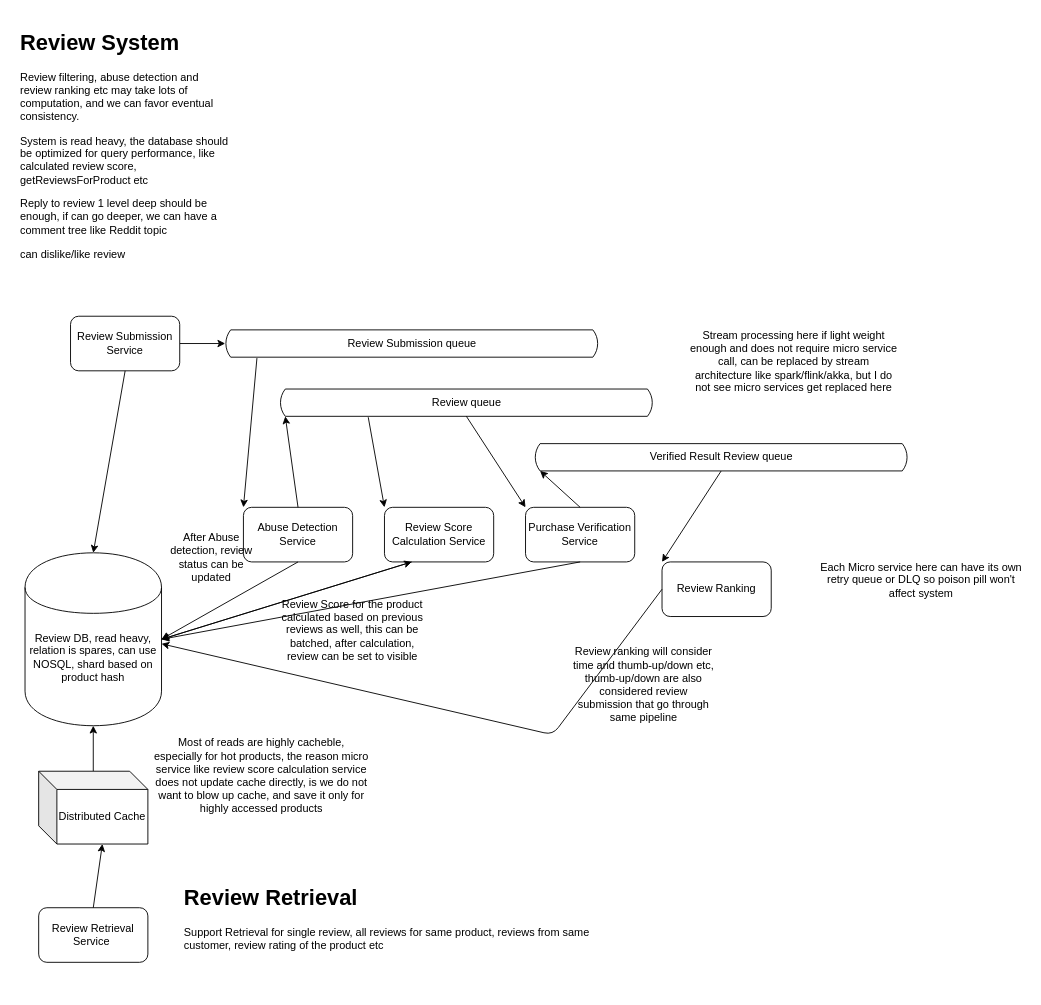
zyy890316/CS-Notes keeps this draw.io diagram as System Design Diagrams/Review System Diagram.drawio. Above is the earlier version. Source tidied: cells renumbered, new cells numbered last; positions are measured from the earlier drawing's top-left corner, leaving out a move shared by most shapes. Both pictures are drawn from the tidied source at 91%, with x=0, y=0 at pixel (15, 25).
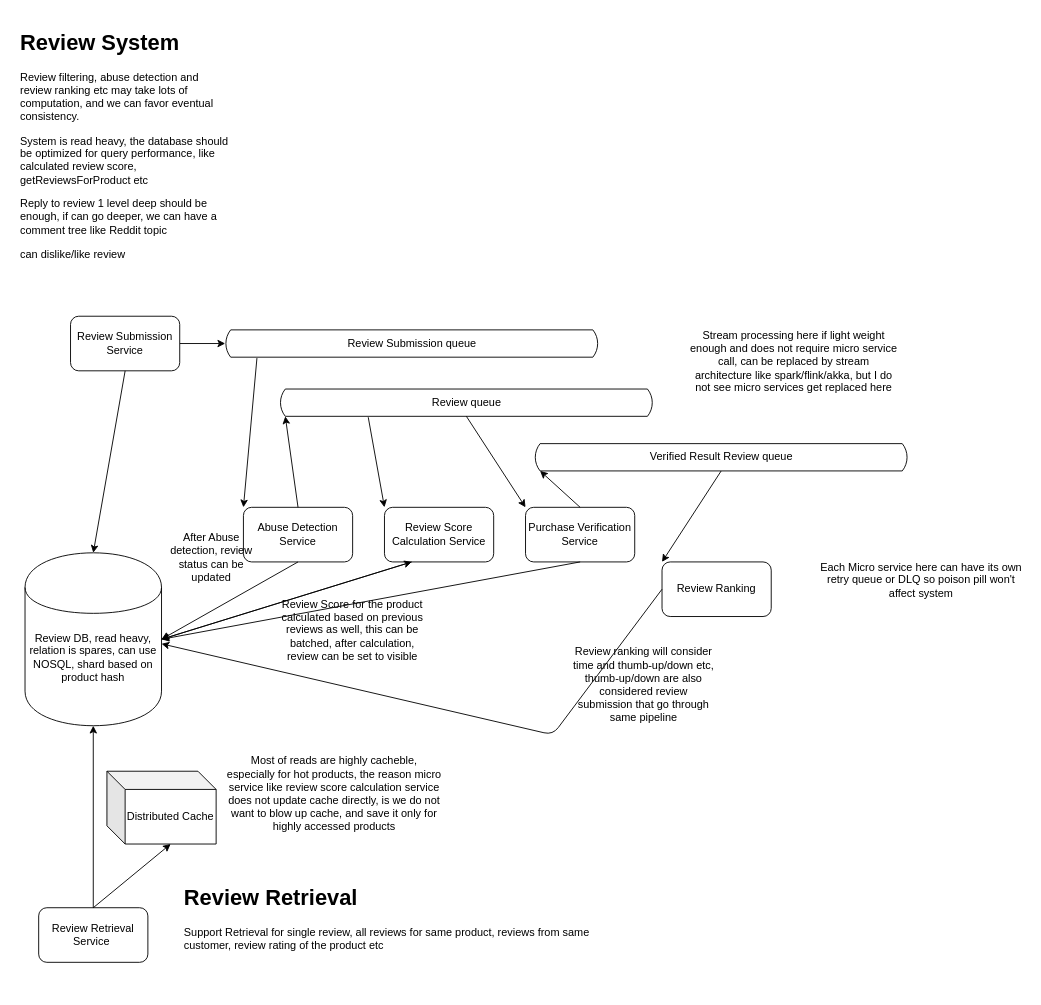
After the change.

Commit message (it also covers changes not shown here):
calender 1/2/3, system design

Unchanged cells that the change refers to:
```xml
<mxCell id="6" value="Review DB, read heavy, relation is spares, can use NOSQL, shard based on product hash" style="shape=cylinder;whiteSpace=wrap;html=1;boundedLbl=1;backgroundOutline=1;" parent="1" vertex="1">
  <mxGeometry x="10" y="580" width="150" height="190" as="geometry" />
</mxCell>
<mxCell id="31" value="Review Retrieval Service&amp;nbsp;" style="rounded=1;whiteSpace=wrap;html=1;" parent="1" vertex="1">
  <mxGeometry x="25" y="970" width="120" height="60" as="geometry" />
</mxCell>
```

What changed in the source:
```diff
@@
-    <mxCell id="32" style="edgeStyle=orthogonalEdgeStyle;rounded=0;jettySize=auto;html=1;" parent="1" edge="1" source="33" target="6">
+    <mxCell id="32" style="edgeStyle=orthogonalEdgeStyle;rounded=0;jettySize=auto;html=1;exitX=0.5;exitY=0;exitDx=0;exitDy=0;" parent="1" edge="1" source="31" target="6">
       <mxGeometry relative="1" as="geometry" />
     </mxCell>
     <mxCell id="33" value="Distributed Cache" style="shape=cube;whiteSpace=wrap;html=1;boundedLbl=1;backgroundOutline=1;darkOpacity=0.05;darkOpacity2=0.1;" parent="1" vertex="1">
-      <mxGeometry x="25" y="820" width="120" height="80" as="geometry" />
+      <mxGeometry x="100" y="820" width="120" height="80" as="geometry" />
     </mxCell>
@@
     <mxCell id="35" value="Most of reads are highly cacheble, especially for hot products, the reason micro service like review score calculation service does not update cache directly, is we do not want to blow up cache, and save it only for highly accessed products" style="text;html=1;strokeColor=none;fillColor=none;align=center;verticalAlign=middle;whiteSpace=wrap;rounded=0;" parent="1" vertex="1">
-      <mxGeometry x="150" y="760" width="240" height="130" as="geometry" />
+      <mxGeometry x="230" y="780" width="240" height="130" as="geometry" />
     </mxCell>
```
